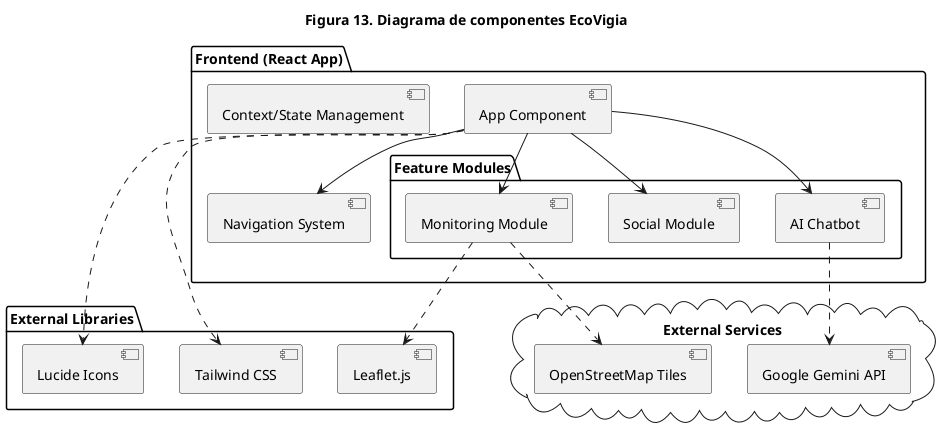
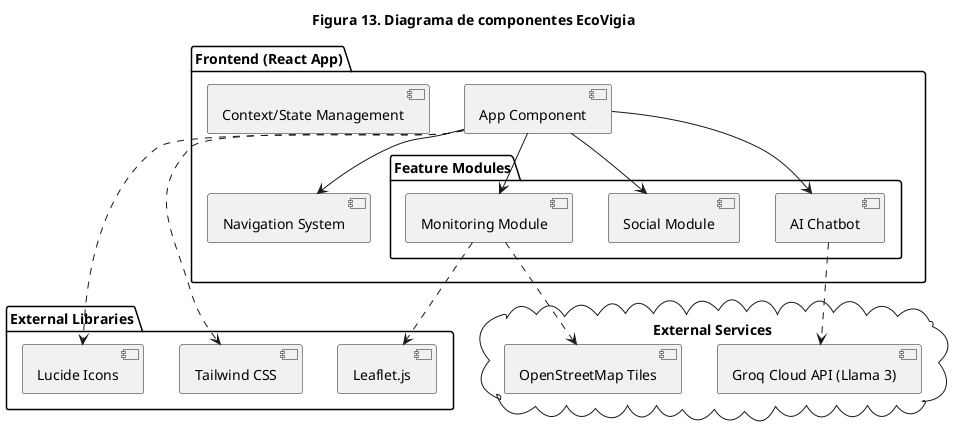
@startuml
title Figura 13. Diagrama de componentes EcoVigia
package "Frontend (React App)" {
    [App Component] as App
    [Navigation System] as Nav
    [Context/State Management] as State

    package "Feature Modules" {
        [Monitoring Module] as Mon
        [Social Module] as Soc
        [AI Chatbot] as Bot
    }
}

package "External Libraries" {
    [Leaflet.js] as L
    [Lucide Icons] as Icons
    [Tailwind CSS] as CSS
}

cloud "External Services" {
-     [Google Gemini API] as Gemini
+     [Groq Cloud API (Llama 3)] as Groq
    [OpenStreetMap Tiles] as OSM
}

App --> Nav
App --> Mon
App --> Soc
App --> Bot
Mon ..> L
Mon ..> OSM
- Bot ..> Gemini
+ Bot ..> Groq
App ..> Icons
App ..> CSS
@enduml